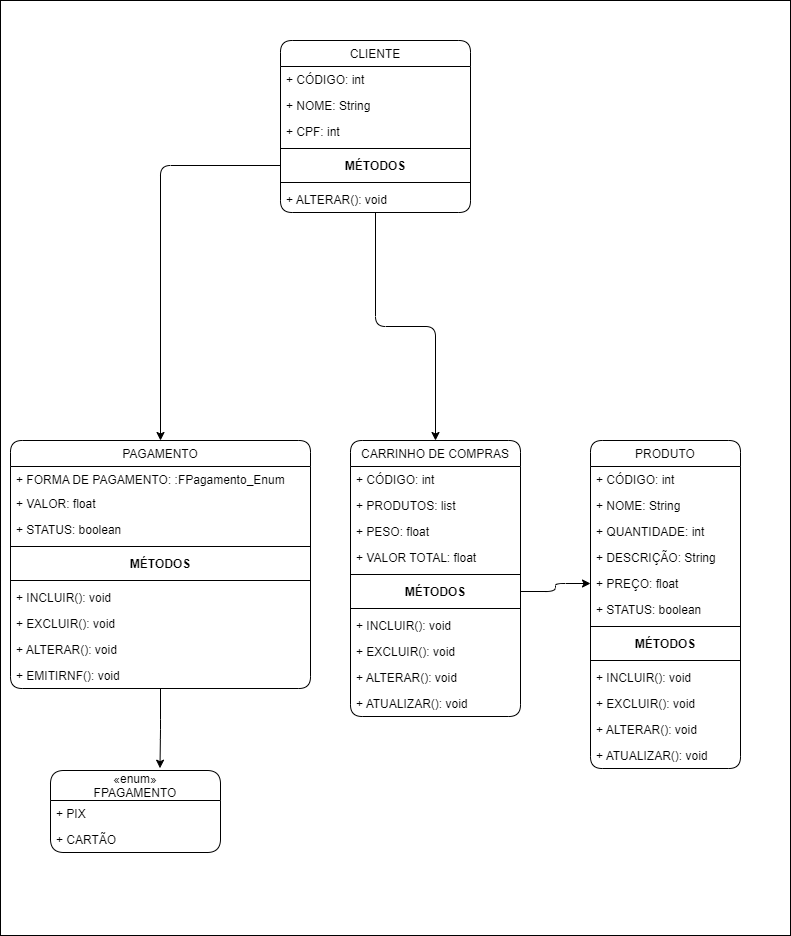
joao100101/Engenharia-De-Software keeps this draw.io diagram as Untitled Diagram.drawio.png. Above is the earlier version. Source tidied: cells renumbered, new cells last; positions are measured from the earlier drawing's top-left corner, leaving out a move shared by most shapes.
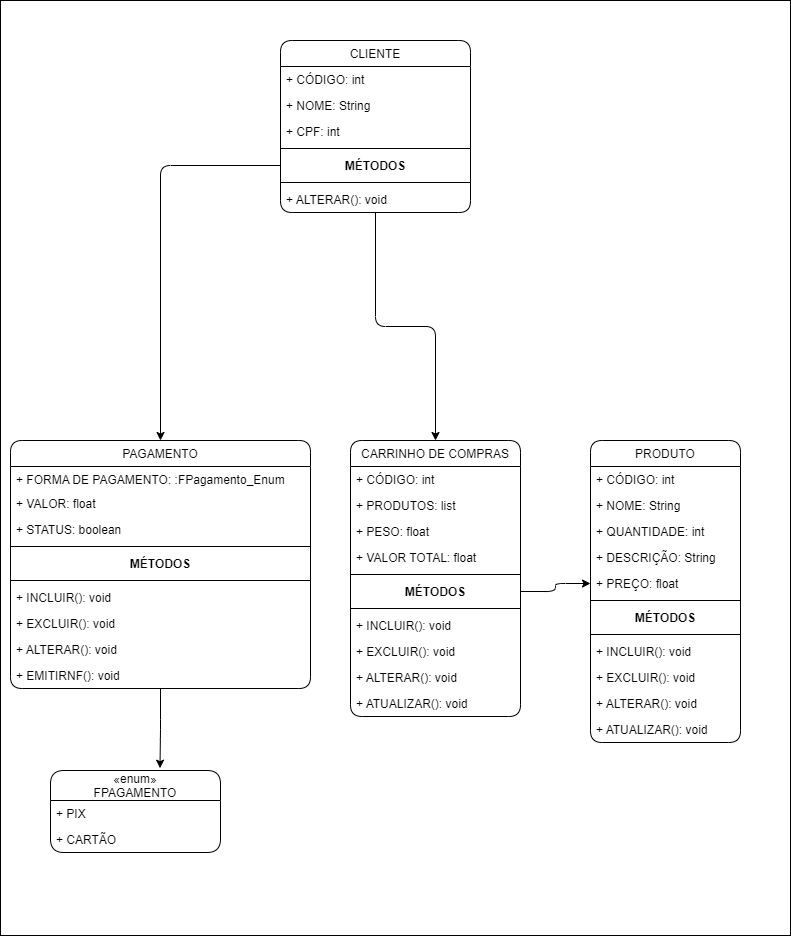
Above is the later version.

Commit message:
Removido status do produto

The edit, as a diff of the source:
```diff
@@ -36,7 +36,7 @@
       <mxGeometry y="146" width="190" height="26" as="geometry" />
     </mxCell>
     <mxCell id="13" value="PRODUTO" style="swimlane;fontStyle=0;horizontal=1;startSize=26;rounded=1;" parent="1" vertex="1">
-      <mxGeometry x="590" y="440" width="150" height="328" as="geometry" />
+      <mxGeometry x="590" y="440" width="150" height="302" as="geometry" />
     </mxCell>
     <mxCell id="14" value="+ CÓDIGO: int" style="text;align=left;verticalAlign=top;spacingLeft=4;spacingRight=4;overflow=hidden;rounded=1;" parent="13" vertex="1">
       <mxGeometry y="26" width="150" height="26" as="geometry" />
@@ -53,29 +53,26 @@
     <mxCell id="18" value="+ PREÇO: float" style="text;align=left;verticalAlign=top;spacingLeft=4;spacingRight=4;overflow=hidden;points=[[0,0.5],[1,0.5]];portConstraint=eastwest;rounded=1;" parent="13" vertex="1">
       <mxGeometry y="130" width="150" height="26" as="geometry" />
     </mxCell>
-    <mxCell id="19" value="+ STATUS: boolean" style="text;align=left;verticalAlign=top;spacingLeft=4;spacingRight=4;overflow=hidden;rounded=1;" parent="13" vertex="1">
-      <mxGeometry y="156" width="150" height="26" as="geometry" />
-    </mxCell>
     <mxCell id="20" style="line;strokeWidth=1;align=left;verticalAlign=middle;spacingTop=-1;spacingLeft=3;spacingRight=3;labelPosition=right;rounded=1;" parent="13" vertex="1">
-      <mxGeometry y="182" width="150" height="8" as="geometry" />
+      <mxGeometry y="156" width="150" height="8" as="geometry" />
     </mxCell>
     <mxCell id="21" value="MÉTODOS" style="text;align=center;fontStyle=1;verticalAlign=middle;spacingLeft=3;spacingRight=3;rounded=1;" parent="13" vertex="1">
-      <mxGeometry y="190" width="150" height="26" as="geometry" />
+      <mxGeometry y="164" width="150" height="26" as="geometry" />
     </mxCell>
     <mxCell id="22" style="line;strokeWidth=1;align=left;verticalAlign=middle;spacingTop=-1;spacingLeft=3;spacingRight=3;labelPosition=right;rounded=1;" parent="13" vertex="1">
-      <mxGeometry y="216" width="150" height="8" as="geometry" />
+      <mxGeometry y="190" width="150" height="8" as="geometry" />
     </mxCell>
     <mxCell id="23" value="+ INCLUIR(): void" style="text;align=left;verticalAlign=top;spacingLeft=4;spacingRight=4;overflow=hidden;rounded=1;" parent="13" vertex="1">
-      <mxGeometry y="224" width="150" height="26" as="geometry" />
+      <mxGeometry y="198" width="150" height="26" as="geometry" />
     </mxCell>
     <mxCell id="24" value="+ EXCLUIR(): void" style="text;align=left;verticalAlign=top;spacingLeft=4;spacingRight=4;overflow=hidden;rounded=1;" parent="13" vertex="1">
-      <mxGeometry y="250" width="150" height="26" as="geometry" />
+      <mxGeometry y="224" width="150" height="26" as="geometry" />
     </mxCell>
     <mxCell id="25" value="+ ALTERAR(): void" style="text;align=left;verticalAlign=top;spacingLeft=4;spacingRight=4;overflow=hidden;rounded=1;" parent="13" vertex="1">
-      <mxGeometry y="276" width="150" height="26" as="geometry" />
+      <mxGeometry y="250" width="150" height="26" as="geometry" />
     </mxCell>
     <mxCell id="26" value="+ ATUALIZAR(): void" style="text;align=left;verticalAlign=top;spacingLeft=4;spacingRight=4;overflow=hidden;rounded=1;" parent="13" vertex="1">
-      <mxGeometry y="302" width="150" height="26" as="geometry" />
+      <mxGeometry y="276" width="150" height="26" as="geometry" />
     </mxCell>
     <mxCell id="27" value="CARRINHO DE COMPRAS" style="swimlane;fontStyle=0;horizontal=1;startSize=26;rounded=1;" parent="1" vertex="1">
       <mxGeometry x="350" y="440" width="170" height="276" as="geometry" />
```
